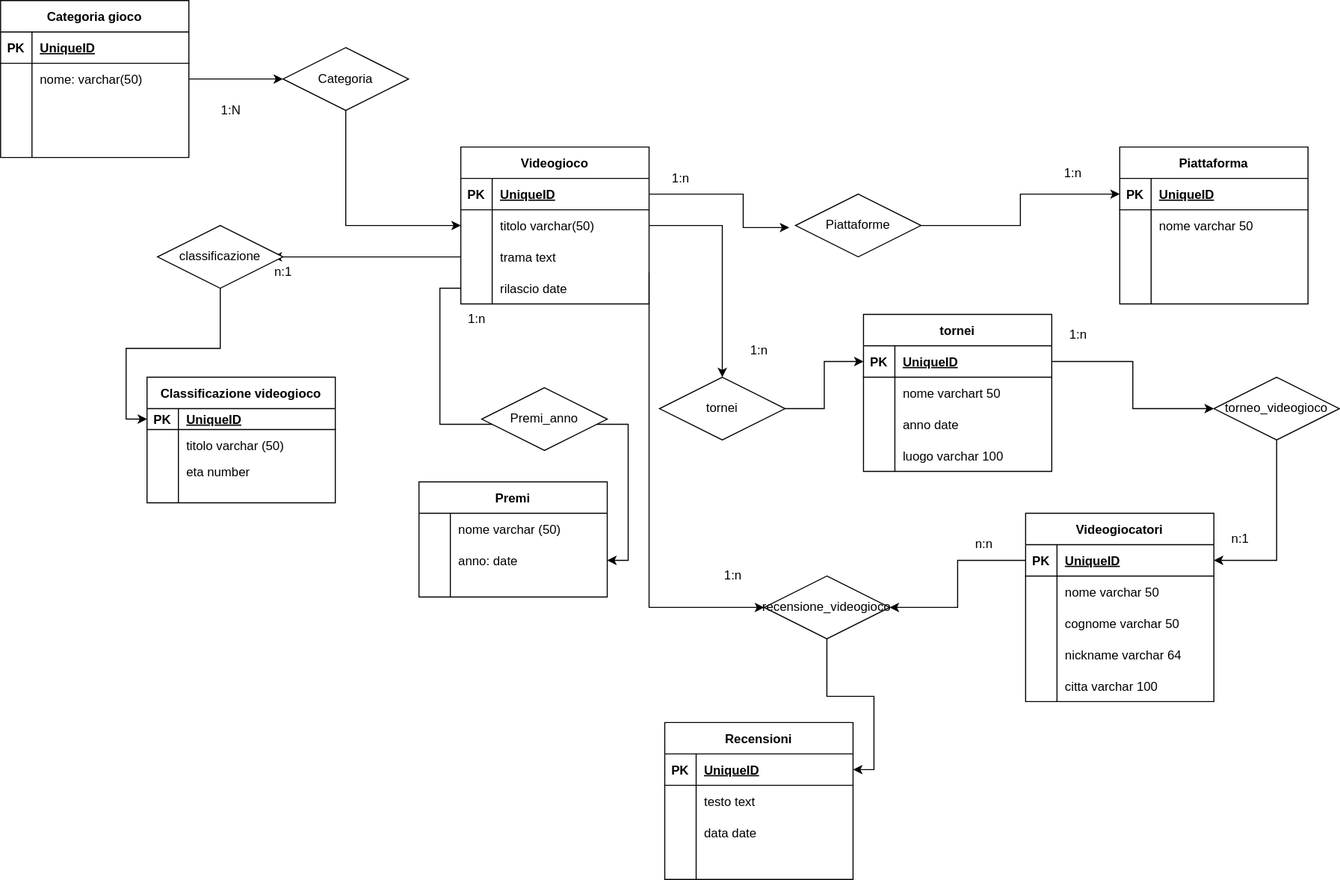
This is db.svg from Gius993/db-videogames, a draw.io export, as it was before one commit. Source tidied: cells renumbered, new cells last; positions are measured from the earlier drawing's top-left corner, leaving out a move shared by most shapes.
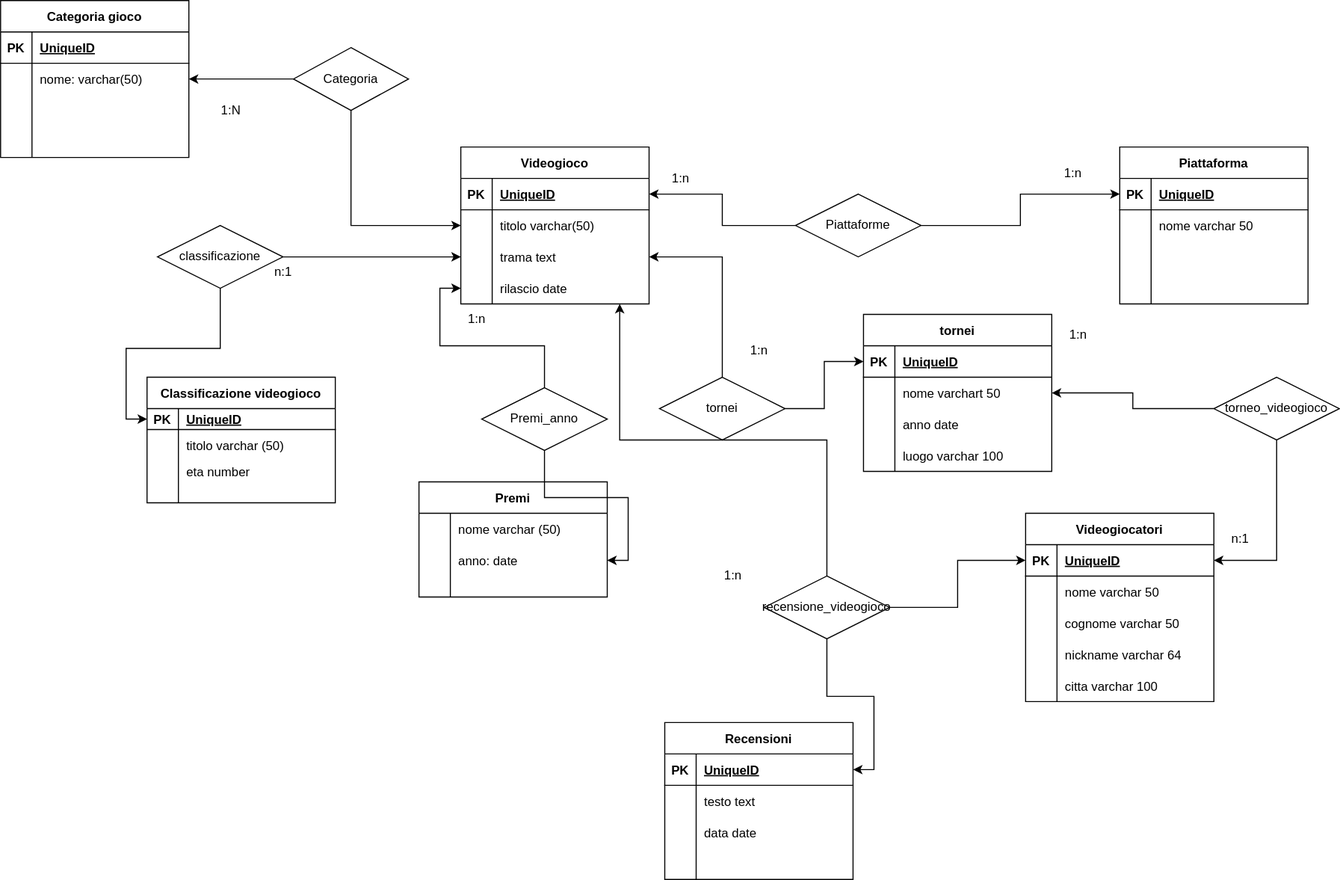
Above is the later version.

Change to the diagram source:
```diff
@@ -83,29 +83,24 @@
     <mxCell id="28" style="edgeStyle=orthogonalEdgeStyle;rounded=0;jettySize=auto;html=1;" parent="1" edge="1" source="29" target="19">
       <mxGeometry relative="1" as="geometry" />
     </mxCell>
+    <mxCell id="137" style="edgeStyle=orthogonalEdgeStyle;rounded=0;jettySize=auto;html=1;entryX=1;entryY=0.5;entryDx=0;entryDy=0;" parent="1" edge="1" source="29" target="6">
+      <mxGeometry relative="1" as="geometry" />
+    </mxCell>
     <mxCell id="29" value="Categoria" style="shape=rhombus;perimeter=rhombusPerimeter;whiteSpace=wrap;html=1;align=center;" parent="1" vertex="1">
-      <mxGeometry x="270" y="45" width="120" height="60" as="geometry" />
+      <mxGeometry x="280" y="45" width="110" height="60" as="geometry" />
     </mxCell>
-    <mxCell id="30" style="edgeStyle=orthogonalEdgeStyle;rounded=0;jettySize=auto;html=1;exitX=1;exitY=0.5;exitDx=0;exitDy=0;entryX=0;entryY=0.5;entryDx=0;entryDy=0;" parent="1" edge="1" source="6" target="29">
-      <mxGeometry relative="1" as="geometry" />
-    </mxCell>
     <mxCell id="31" value="1:N" style="text;html=1;align=center;verticalAlign=middle;strokeColor=none;fillColor=none;" parent="1" vertex="1">
       <mxGeometry x="200" y="90" width="40" height="30" as="geometry" />
     </mxCell>
     <mxCell id="32" style="edgeStyle=orthogonalEdgeStyle;rounded=0;jettySize=auto;html=1;exitX=1;exitY=0.5;exitDx=0;exitDy=0;" parent="1" edge="1" source="33" target="36">
       <mxGeometry relative="1" as="geometry" />
     </mxCell>
+    <mxCell id="138" style="edgeStyle=orthogonalEdgeStyle;rounded=0;jettySize=auto;html=1;" parent="1" edge="1" source="33" target="16">
+      <mxGeometry relative="1" as="geometry" />
+    </mxCell>
     <mxCell id="33" value="Piattaforme" style="shape=rhombus;perimeter=rhombusPerimeter;whiteSpace=wrap;html=1;align=center;" parent="1" vertex="1">
       <mxGeometry x="760" y="185" width="120" height="60" as="geometry" />
     </mxCell>
-    <mxCell id="34" style="edgeStyle=orthogonalEdgeStyle;rounded=0;jettySize=auto;html=1;entryX=-0.05;entryY=0.533;entryDx=0;entryDy=0;entryPerimeter=0;" parent="1" edge="1" source="16" target="33">
-      <mxGeometry relative="1" as="geometry">
-        <Array as="points">
-          <mxPoint x="710" y="185" />
-          <mxPoint x="710" y="217" />
-        </Array>
-      </mxGeometry>
-    </mxCell>
     <mxCell id="35" value="Piattaforma" style="shape=table;startSize=30;rowLines=0;fontStyle=1;align=center;" parent="1" vertex="1">
       <mxGeometry x="1070" y="140" width="180" height="150" as="geometry" />
     </mxCell>
@@ -151,14 +146,12 @@
     <mxCell id="49" value="1:n" style="text;html=1;align=center;verticalAlign=middle;strokeColor=none;fillColor=none;" parent="1" vertex="1">
       <mxGeometry x="1005" y="150" width="40" height="30" as="geometry" />
     </mxCell>
-    <mxCell id="50" style="edgeStyle=orthogonalEdgeStyle;rounded=0;jettySize=auto;html=1;" parent="1" edge="1" source="22">
-      <mxGeometry relative="1" as="geometry">
-        <mxPoint x="260" y="245" as="targetPoint" />
-      </mxGeometry>
-    </mxCell>
     <mxCell id="51" style="edgeStyle=orthogonalEdgeStyle;rounded=0;jettySize=auto;html=1;entryX=0;entryY=0.5;entryDx=0;entryDy=0;" parent="1" edge="1" source="52" target="54">
       <mxGeometry relative="1" as="geometry" />
     </mxCell>
+    <mxCell id="139" style="edgeStyle=orthogonalEdgeStyle;rounded=0;jettySize=auto;html=1;entryX=0;entryY=0.5;entryDx=0;entryDy=0;" parent="1" edge="1" source="52" target="22">
+      <mxGeometry relative="1" as="geometry" />
+    </mxCell>
     <mxCell id="52" value="classificazione" style="shape=rhombus;perimeter=rhombusPerimeter;whiteSpace=wrap;html=1;align=center;" parent="1" vertex="1">
       <mxGeometry x="150" y="215" width="120" height="60" as="geometry" />
     </mxCell>
@@ -237,12 +230,12 @@
     <mxCell id="77" value="1:n" style="text;html=1;align=center;verticalAlign=middle;strokeColor=none;fillColor=none;" parent="1" vertex="1">
       <mxGeometry x="435" y="290" width="40" height="30" as="geometry" />
     </mxCell>
-    <mxCell id="78" style="edgeStyle=orthogonalEdgeStyle;rounded=0;jettySize=auto;html=1;" parent="1" edge="1" source="19" target="80">
-      <mxGeometry relative="1" as="geometry" />
-    </mxCell>
     <mxCell id="79" style="edgeStyle=orthogonalEdgeStyle;rounded=0;jettySize=auto;html=1;exitX=1;exitY=0.5;exitDx=0;exitDy=0;entryX=0;entryY=0.5;entryDx=0;entryDy=0;" parent="1" edge="1" source="80" target="82">
       <mxGeometry relative="1" as="geometry" />
     </mxCell>
+    <mxCell id="140" style="edgeStyle=orthogonalEdgeStyle;rounded=0;jettySize=auto;html=1;" parent="1" edge="1" source="80" target="22">
+      <mxGeometry relative="1" as="geometry" />
+    </mxCell>
     <mxCell id="80" value="tornei" style="shape=rhombus;perimeter=rhombusPerimeter;whiteSpace=wrap;html=1;align=center;" parent="1" vertex="1">
       <mxGeometry x="630" y="360" width="120" height="60" as="geometry" />
     </mxCell>
@@ -288,15 +281,15 @@
     <mxCell id="94" value="1:n" style="text;html=1;align=center;verticalAlign=middle;strokeColor=none;fillColor=none;" parent="1" vertex="1">
       <mxGeometry x="705" y="320" width="40" height="30" as="geometry" />
     </mxCell>
-    <mxCell id="95" style="edgeStyle=orthogonalEdgeStyle;rounded=0;jettySize=auto;html=1;entryX=0;entryY=0.5;entryDx=0;entryDy=0;" parent="1" edge="1" source="82" target="98">
-      <mxGeometry relative="1" as="geometry" />
-    </mxCell>
     <mxCell id="96" value="1:n" style="text;html=1;align=center;verticalAlign=middle;strokeColor=none;fillColor=none;" parent="1" vertex="1">
       <mxGeometry x="1010" y="305" width="40" height="30" as="geometry" />
     </mxCell>
     <mxCell id="97" style="edgeStyle=orthogonalEdgeStyle;rounded=0;jettySize=auto;html=1;exitX=0.5;exitY=1;exitDx=0;exitDy=0;entryX=1;entryY=0.5;entryDx=0;entryDy=0;" parent="1" edge="1" source="98" target="100">
       <mxGeometry relative="1" as="geometry" />
     </mxCell>
+    <mxCell id="141" style="edgeStyle=orthogonalEdgeStyle;rounded=0;jettySize=auto;html=1;entryX=1;entryY=0.5;entryDx=0;entryDy=0;" parent="1" edge="1" source="98" target="85">
+      <mxGeometry relative="1" as="geometry" />
+    </mxCell>
     <mxCell id="98" value="torneo_videogioco" style="shape=rhombus;perimeter=rhombusPerimeter;whiteSpace=wrap;html=1;align=center;" parent="1" vertex="1">
       <mxGeometry x="1160" y="360" width="120" height="60" as="geometry" />
     </mxCell>
@@ -393,28 +386,24 @@
     <mxCell id="129" style="edgeStyle=orthogonalEdgeStyle;rounded=0;jettySize=auto;html=1;" parent="1" edge="1" source="130" target="117">
       <mxGeometry relative="1" as="geometry" />
     </mxCell>
+    <mxCell id="142" style="edgeStyle=orthogonalEdgeStyle;rounded=0;jettySize=auto;html=1;entryX=0.844;entryY=1;entryDx=0;entryDy=0;entryPerimeter=0;" parent="1" edge="1" source="130" target="25">
+      <mxGeometry relative="1" as="geometry" />
+    </mxCell>
+    <mxCell id="143" style="edgeStyle=orthogonalEdgeStyle;rounded=0;jettySize=auto;html=1;" parent="1" edge="1" source="130" target="100">
+      <mxGeometry relative="1" as="geometry" />
+    </mxCell>
     <mxCell id="130" value="recensione_videogioco" style="shape=rhombus;perimeter=rhombusPerimeter;whiteSpace=wrap;html=1;align=center;" parent="1" vertex="1">
       <mxGeometry x="730" y="550" width="120" height="60" as="geometry" />
     </mxCell>
-    <mxCell id="131" style="edgeStyle=orthogonalEdgeStyle;rounded=0;jettySize=auto;html=1;entryX=1;entryY=0.5;entryDx=0;entryDy=0;" parent="1" edge="1" source="100" target="130">
-      <mxGeometry relative="1" as="geometry" />
-    </mxCell>
-    <mxCell id="132" style="edgeStyle=orthogonalEdgeStyle;rounded=0;jettySize=auto;html=1;entryX=0;entryY=0.5;entryDx=0;entryDy=0;" parent="1" edge="1" source="22" target="130">
-      <mxGeometry relative="1" as="geometry">
-        <Array as="points">
-          <mxPoint x="620" y="580" />
-        </Array>
-      </mxGeometry>
-    </mxCell>
-    <mxCell id="133" value="n:n" style="text;html=1;align=center;verticalAlign=middle;strokeColor=none;fillColor=none;" parent="1" vertex="1">
-      <mxGeometry x="920" y="505" width="40" height="30" as="geometry" />
-    </mxCell>
     <mxCell id="134" value="1:n" style="text;html=1;align=center;verticalAlign=middle;strokeColor=none;fillColor=none;" parent="1" vertex="1">
       <mxGeometry x="680" y="535" width="40" height="30" as="geometry" />
     </mxCell>
-    <mxCell id="135" style="edgeStyle=orthogonalEdgeStyle;rounded=0;jettySize=auto;html=1;" parent="1" edge="1" source="25" target="71">
-      <mxGeometry relative="1" as="geometry" />
-    </mxCell>
+    <mxCell id="144" style="edgeStyle=orthogonalEdgeStyle;rounded=0;jettySize=auto;html=1;" parent="1" edge="1" source="136" target="25">
+      <mxGeometry relative="1" as="geometry" />
+    </mxCell>
+    <mxCell id="145" style="edgeStyle=orthogonalEdgeStyle;rounded=0;jettySize=auto;html=1;entryX=1;entryY=0.5;entryDx=0;entryDy=0;" parent="1" edge="1" source="136" target="71">
+      <mxGeometry relative="1" as="geometry" />
+    </mxCell>
     <mxCell id="136" value="Premi_anno" style="shape=rhombus;perimeter=rhombusPerimeter;whiteSpace=wrap;html=1;align=center;" parent="1" vertex="1">
       <mxGeometry x="460" y="370" width="120" height="60" as="geometry" />
     </mxCell>
```
